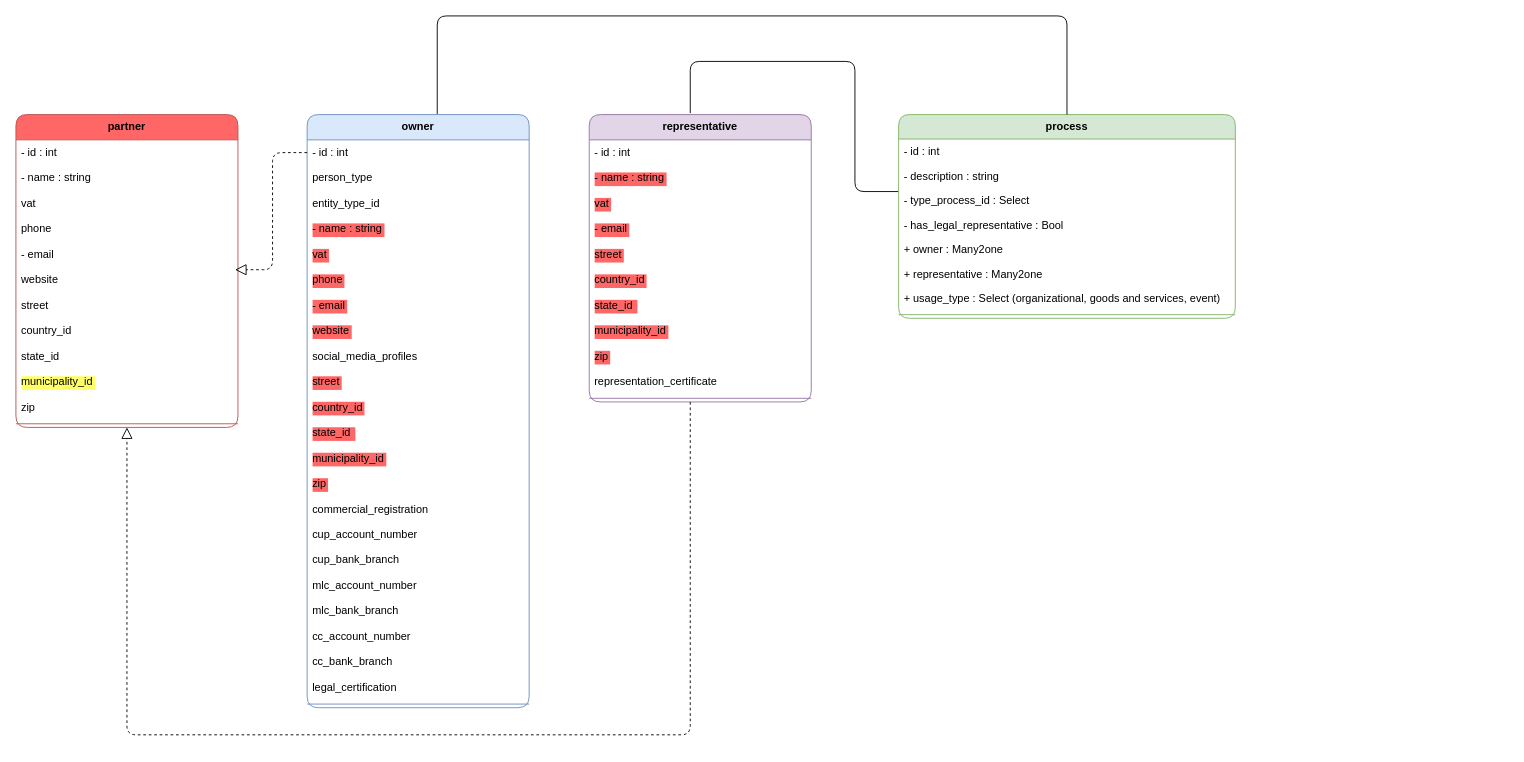
Earlier version of the draw.io diagram ICS-Desoft.drawio (dayron-peeta/website_process_ics). Source tidied: cells renumbered, new cells numbered last; positions are measured from the earlier drawing's top-left corner, leaving out a move shared by most shapes. Both pictures are drawn from the tidied source at 91%, with x=0, y=0 at pixel (15, 15).
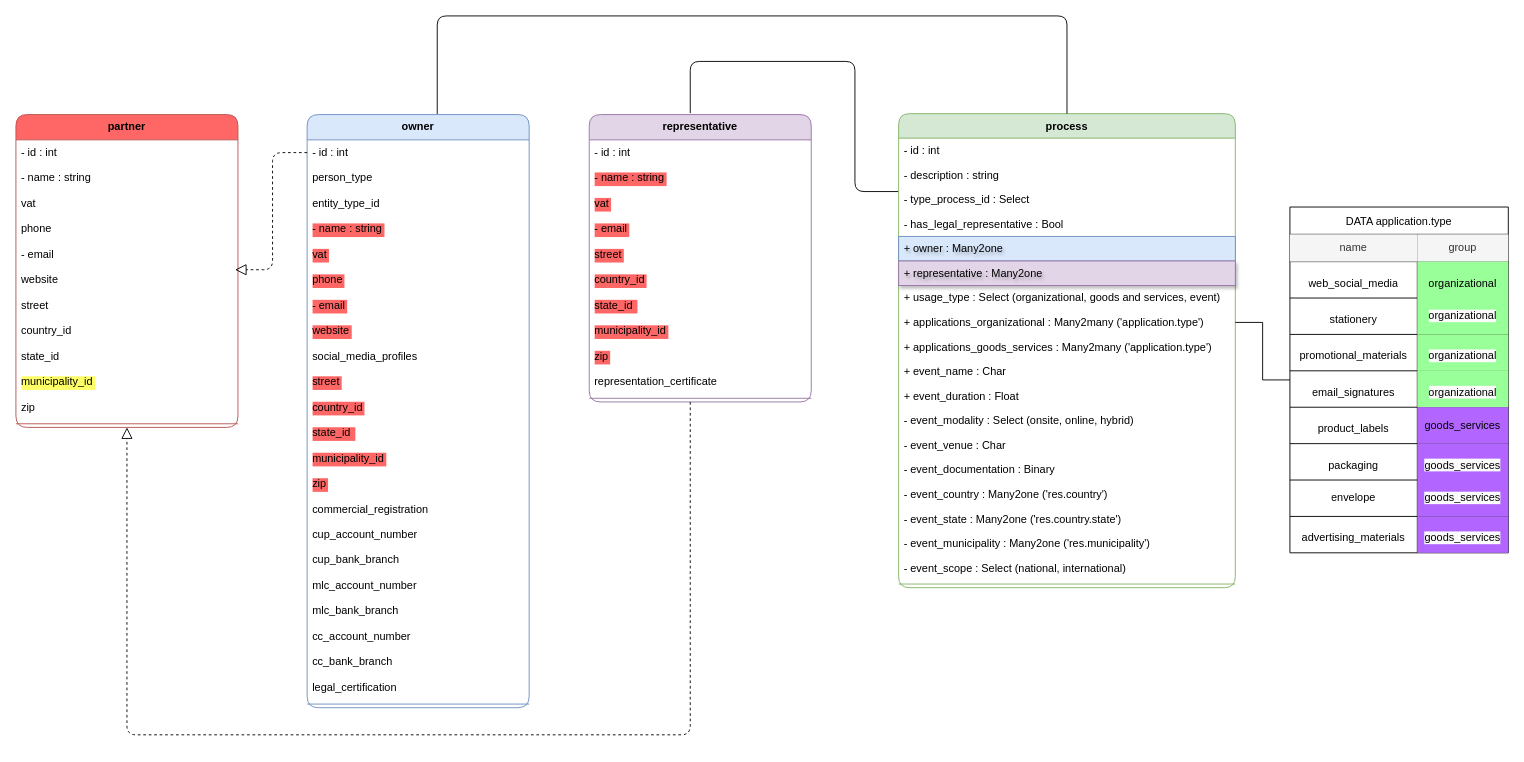
The same diagram, later.

The edit, as a diff of the source:
```diff
@@
     <mxCell id="52" value="process" style="swimlane;fontStyle=1;align=center;verticalAlign=top;horizontal=1;startSize=26.899998982747395;fillColor=#d5e8d4;strokeColor=#82b366;rounded=1;" parent="1" vertex="1">
-      <mxGeometry x="970" y="108.4" width="370" height="223.9" as="geometry" />
+      <mxGeometry x="970" y="107.4" width="370" height="520.9" as="geometry" />
     </mxCell>
@@
-    <mxCell id="57" value="+ owner : Many2one" style="text;strokeColor=none;fillColor=none;align=left;verticalAlign=top;spacingLeft=4;spacingRight=4;overflow=hidden;" parent="52" vertex="1">
+    <mxCell id="57" value="+ owner : Many2one" style="text;strokeColor=#6c8ebf;fillColor=#dae8fc;align=left;verticalAlign=top;spacingLeft=4;spacingRight=4;overflow=hidden;textShadow=1;" parent="52" vertex="1">
       <mxGeometry y="134.9" width="370" height="27" as="geometry" />
     </mxCell>
-    <mxCell id="58" value="+ representative : Many2one" style="text;strokeColor=none;fillColor=none;align=left;verticalAlign=top;spacingLeft=4;spacingRight=4;overflow=hidden;" parent="52" vertex="1">
+    <mxCell id="58" value="+ representative : Many2one" style="text;strokeColor=#9673a6;fillColor=#e1d5e7;align=left;verticalAlign=top;spacingLeft=4;spacingRight=4;overflow=hidden;glass=0;shadow=1;textShadow=1;" parent="52" vertex="1">
       <mxGeometry y="161.9" width="370" height="27" as="geometry" />
     </mxCell>
@@
+    <mxCell id="64" value="+ applications_organizational : Many2many ('application.type')" style="text;strokeColor=none;fillColor=none;align=left;verticalAlign=top;spacingLeft=4;spacingRight=4;overflow=hidden;points=[[0,0.5],[1,0.5]];portConstraint=eastwest;" parent="52" vertex="1">
+      <mxGeometry y="215.9" width="370" height="27" as="geometry" />
+    </mxCell>
+    <mxCell id="65" value="+ applications_goods_services : Many2many ('application.type')" style="text;strokeColor=none;fillColor=none;align=left;verticalAlign=top;spacingLeft=4;spacingRight=4;overflow=hidden;" parent="52" vertex="1">
+      <mxGeometry y="242.9" width="370" height="27" as="geometry" />
+    </mxCell>
+    <mxCell id="66" value="+ event_name : Char " style="text;strokeColor=none;fillColor=none;align=left;verticalAlign=top;spacingLeft=4;spacingRight=4;overflow=hidden;" parent="52" vertex="1">
+      <mxGeometry y="269.9" width="370" height="27" as="geometry" />
+    </mxCell>
+    <mxCell id="67" value="+ event_duration : Float " style="text;strokeColor=none;fillColor=none;align=left;verticalAlign=top;spacingLeft=4;spacingRight=4;overflow=hidden;" parent="52" vertex="1">
+      <mxGeometry y="296.9" width="370" height="27" as="geometry" />
+    </mxCell>
+    <mxCell id="68" value="- event_modality : Select (onsite, online, hybrid)" style="text;strokeColor=none;fillColor=none;align=left;verticalAlign=top;spacingLeft=4;spacingRight=4;overflow=hidden;" parent="52" vertex="1">
+      <mxGeometry y="323.9" width="370" height="27" as="geometry" />
+    </mxCell>
+    <mxCell id="69" value="- event_venue : Char" style="text;strokeColor=none;fillColor=none;align=left;verticalAlign=top;spacingLeft=4;spacingRight=4;overflow=hidden;" parent="52" vertex="1">
+      <mxGeometry y="350.9" width="370" height="27" as="geometry" />
+    </mxCell>
+    <mxCell id="70" value="- event_documentation : Binary" style="text;strokeColor=none;fillColor=none;align=left;verticalAlign=top;spacingLeft=4;spacingRight=4;overflow=hidden;" parent="52" vertex="1">
+      <mxGeometry y="377.9" width="370" height="27" as="geometry" />
+    </mxCell>
+    <mxCell id="71" value="- event_country : Many2one ('res.country')" style="text;strokeColor=none;fillColor=none;align=left;verticalAlign=top;spacingLeft=4;spacingRight=4;overflow=hidden;" parent="52" vertex="1">
+      <mxGeometry y="404.9" width="370" height="27" as="geometry" />
+    </mxCell>
+    <mxCell id="72" value="- event_state : Many2one ('res.country.state')" style="text;strokeColor=none;fillColor=none;align=left;verticalAlign=top;spacingLeft=4;spacingRight=4;overflow=hidden;" parent="52" vertex="1">
+      <mxGeometry y="431.9" width="370" height="27" as="geometry" />
+    </mxCell>
+    <mxCell id="73" value="- event_municipality : Many2one ('res.municipality')" style="text;strokeColor=none;fillColor=none;align=left;verticalAlign=top;spacingLeft=4;spacingRight=4;overflow=hidden;" parent="52" vertex="1">
+      <mxGeometry y="458.9" width="370" height="27" as="geometry" />
+    </mxCell>
+    <mxCell id="74" value="- event_scope : Select (national, international)" style="text;strokeColor=none;fillColor=none;align=left;verticalAlign=top;spacingLeft=4;spacingRight=4;overflow=hidden;" parent="52" vertex="1">
+      <mxGeometry y="485.9" width="370" height="27" as="geometry" />
+    </mxCell>
     <mxCell id="60" style="line;strokeWidth=1;fillColor=none;align=left;verticalAlign=middle;spacingTop=-1;spacingLeft=3;spacingRight=3;labelPosition=right;strokeColor=inherit;" parent="52" vertex="1">
-      <mxGeometry y="215.9" width="370" height="8" as="geometry" />
+      <mxGeometry y="512.9" width="370" height="8" as="geometry" />
     </mxCell>
@@
+    <mxCell id="75" style="edgeStyle=orthogonalEdgeStyle;rounded=0;jettySize=auto;html=1;fontSize=12;startSize=8;endSize=8;endArrow=none;endFill=0;" parent="1" edge="1" source="76" target="64">
+      <mxGeometry relative="1" as="geometry" />
+    </mxCell>
+    <mxCell id="76" value="DATA application.type" style="shape=table;startSize=30;childLayout=tableLayout;" parent="1" vertex="1">
+      <mxGeometry x="1400" y="210" width="240" height="380" as="geometry" />
+    </mxCell>
+    <mxCell id="77" style="shape=tableRow;horizontal=0;startSize=0;swimlaneHead=0;swimlaneBody=0;strokeColor=inherit;top=0;left=0;bottom=0;right=0;fillColor=none;" parent="76" vertex="1">
+      <mxGeometry y="30" width="240" height="30" as="geometry" />
+    </mxCell>
+    <mxCell id="78" value="name" style="shape=partialRectangle;html=1;whiteSpace=wrap;strokeColor=#666666;overflow=hidden;fillColor=#f5f5f5;top=0;left=0;bottom=0;right=0;fontColor=#333333;" parent="77" vertex="1">
+      <mxGeometry width="140" height="30" as="geometry" />
+    </mxCell>
+    <mxCell id="79" value="group" style="shape=partialRectangle;html=1;whiteSpace=wrap;strokeColor=#666666;overflow=hidden;fillColor=#f5f5f5;top=0;left=0;bottom=0;right=0;fontColor=#333333;" parent="77" vertex="1">
+      <mxGeometry x="140" width="100" height="30" as="geometry" />
+    </mxCell>
+    <mxCell id="80" style="shape=tableRow;horizontal=0;startSize=0;swimlaneHead=0;swimlaneBody=0;strokeColor=inherit;top=0;left=0;bottom=0;right=0;fillColor=none;" parent="76" vertex="1">
+      <mxGeometry y="60" width="240" height="40" as="geometry" />
+    </mxCell>
+    <mxCell id="81" value="&#10;web_social_media&#10;&#10;" style="shape=partialRectangle;html=1;whiteSpace=wrap;strokeColor=inherit;overflow=hidden;fillColor=none;top=0;left=0;bottom=0;right=0;" parent="80" vertex="1">
+      <mxGeometry width="140" height="40" as="geometry" />
+    </mxCell>
+    <mxCell id="82" value="&#10;organizational&#10;&#10;" style="shape=partialRectangle;html=1;whiteSpace=wrap;strokeColor=inherit;overflow=hidden;fillColor=#99FF99;top=0;left=0;bottom=0;right=0;" parent="80" vertex="1">
+      <mxGeometry x="140" width="100" height="40" as="geometry" />
+    </mxCell>
+    <mxCell id="83" style="shape=tableRow;horizontal=0;startSize=0;swimlaneHead=0;swimlaneBody=0;strokeColor=inherit;top=0;left=0;bottom=0;right=0;fillColor=none;" parent="76" vertex="1">
+      <mxGeometry y="100" width="240" height="40" as="geometry" />
+    </mxCell>
+    <mxCell id="84" value="&#10;stationery&#10;&#10;" style="shape=partialRectangle;html=1;whiteSpace=wrap;strokeColor=inherit;overflow=hidden;fillColor=none;top=0;left=0;bottom=0;right=0;" parent="83" vertex="1">
+      <mxGeometry width="140" height="40" as="geometry" />
+    </mxCell>
+    <mxCell id="85" value="&lt;span style=&quot;color: rgb(0, 0, 0); font-family: Helvetica; font-size: 12px; font-style: normal; font-variant-ligatures: normal; font-variant-caps: normal; font-weight: 400; letter-spacing: normal; orphans: 2; text-align: center; text-indent: 0px; text-transform: none; widows: 2; word-spacing: 0px; -webkit-text-stroke-width: 0px; white-space: normal; background-color: rgb(251, 251, 251); text-decoration-thickness: initial; text-decoration-style: initial; text-decoration-color: initial; display: inline !important; float: none;&quot;&gt;organizational&lt;/span&gt;" style="shape=partialRectangle;html=1;whiteSpace=wrap;strokeColor=inherit;overflow=hidden;fillColor=#99FF99;top=0;left=0;bottom=0;right=0;" parent="83" vertex="1">
+      <mxGeometry x="140" width="100" height="40" as="geometry" />
+    </mxCell>
+    <mxCell id="86" style="shape=tableRow;horizontal=0;startSize=0;swimlaneHead=0;swimlaneBody=0;strokeColor=inherit;top=0;left=0;bottom=0;right=0;fillColor=none;" parent="76" vertex="1">
+      <mxGeometry y="140" width="240" height="40" as="geometry" />
+    </mxCell>
+    <mxCell id="87" value="&#10;promotional_materials&#10;&#10;" style="shape=partialRectangle;html=1;whiteSpace=wrap;strokeColor=inherit;overflow=hidden;fillColor=none;top=0;left=0;bottom=0;right=0;" parent="86" vertex="1">
+      <mxGeometry width="140" height="40" as="geometry" />
+    </mxCell>
+    <mxCell id="88" value="&#10;&lt;span style=&quot;color: rgb(0, 0, 0); font-family: Helvetica; font-size: 12px; font-style: normal; font-variant-ligatures: normal; font-variant-caps: normal; font-weight: 400; letter-spacing: normal; orphans: 2; text-align: center; text-indent: 0px; text-transform: none; widows: 2; word-spacing: 0px; -webkit-text-stroke-width: 0px; white-space: normal; background-color: rgb(251, 251, 251); text-decoration-thickness: initial; text-decoration-style: initial; text-decoration-color: initial; display: inline !important; float: none;&quot;&gt;organizational&lt;/span&gt;&#10;&#10;" style="shape=partialRectangle;html=1;whiteSpace=wrap;strokeColor=inherit;overflow=hidden;fillColor=#99FF99;top=0;left=0;bottom=0;right=0;" parent="86" vertex="1">
+      <mxGeometry x="140" width="100" height="40" as="geometry" />
+    </mxCell>
+    <mxCell id="89" style="shape=tableRow;horizontal=0;startSize=0;swimlaneHead=0;swimlaneBody=0;strokeColor=inherit;top=0;left=0;bottom=0;right=0;fillColor=none;" parent="76" vertex="1">
+      <mxGeometry y="180" width="240" height="40" as="geometry" />
+    </mxCell>
+    <mxCell id="90" value="&#10;email_signatures&#10;&#10;" style="shape=partialRectangle;html=1;whiteSpace=wrap;strokeColor=inherit;overflow=hidden;fillColor=none;top=0;left=0;bottom=0;right=0;" parent="89" vertex="1">
+      <mxGeometry width="140" height="40" as="geometry" />
+    </mxCell>
+    <mxCell id="91" value="&#10;&lt;span style=&quot;color: rgb(0, 0, 0); font-family: Helvetica; font-size: 12px; font-style: normal; font-variant-ligatures: normal; font-variant-caps: normal; font-weight: 400; letter-spacing: normal; orphans: 2; text-align: center; text-indent: 0px; text-transform: none; widows: 2; word-spacing: 0px; -webkit-text-stroke-width: 0px; white-space: normal; background-color: rgb(251, 251, 251); text-decoration-thickness: initial; text-decoration-style: initial; text-decoration-color: initial; display: inline !important; float: none;&quot;&gt;organizational&lt;/span&gt;&#10;&#10;" style="shape=partialRectangle;html=1;whiteSpace=wrap;strokeColor=inherit;overflow=hidden;fillColor=#99FF99;top=0;left=0;bottom=0;right=0;" parent="89" vertex="1">
+      <mxGeometry x="140" width="100" height="40" as="geometry" />
+    </mxCell>
+    <mxCell id="92" style="shape=tableRow;horizontal=0;startSize=0;swimlaneHead=0;swimlaneBody=0;strokeColor=inherit;top=0;left=0;bottom=0;right=0;fillColor=none;" parent="76" vertex="1">
+      <mxGeometry y="220" width="240" height="40" as="geometry" />
+    </mxCell>
+    <mxCell id="93" value="&#10;product_labels&#10;&#10;" style="shape=partialRectangle;html=1;whiteSpace=wrap;strokeColor=inherit;overflow=hidden;fillColor=none;top=0;left=0;bottom=0;right=0;" parent="92" vertex="1">
+      <mxGeometry width="140" height="40" as="geometry" />
+    </mxCell>
+    <mxCell id="94" value="goods_services" style="shape=partialRectangle;html=1;whiteSpace=wrap;strokeColor=inherit;overflow=hidden;fillColor=#B266FF;top=0;left=0;bottom=0;right=0;" parent="92" vertex="1">
+      <mxGeometry x="140" width="100" height="40" as="geometry" />
+    </mxCell>
+    <mxCell id="95" style="shape=tableRow;horizontal=0;startSize=0;swimlaneHead=0;swimlaneBody=0;strokeColor=inherit;top=0;left=0;bottom=0;right=0;fillColor=none;" parent="76" vertex="1">
+      <mxGeometry y="260" width="240" height="40" as="geometry" />
+    </mxCell>
+    <mxCell id="96" value="&#10;packaging&#10;&#10;" style="shape=partialRectangle;html=1;whiteSpace=wrap;strokeColor=inherit;overflow=hidden;fillColor=none;top=0;left=0;bottom=0;right=0;" parent="95" vertex="1">
+      <mxGeometry width="140" height="40" as="geometry" />
+    </mxCell>
+    <mxCell id="97" value="&#10;&lt;span style=&quot;color: rgb(0, 0, 0); font-family: Helvetica; font-size: 12px; font-style: normal; font-variant-ligatures: normal; font-variant-caps: normal; font-weight: 400; letter-spacing: normal; orphans: 2; text-align: center; text-indent: 0px; text-transform: none; widows: 2; word-spacing: 0px; -webkit-text-stroke-width: 0px; white-space: normal; background-color: rgb(251, 251, 251); text-decoration-thickness: initial; text-decoration-style: initial; text-decoration-color: initial; display: inline !important; float: none;&quot;&gt;goods_services&lt;/span&gt;&#10;&#10;" style="shape=partialRectangle;html=1;whiteSpace=wrap;strokeColor=inherit;overflow=hidden;fillColor=#B266FF;top=0;left=0;bottom=0;right=0;" parent="95" vertex="1">
+      <mxGeometry x="140" width="100" height="40" as="geometry" />
+    </mxCell>
+    <mxCell id="98" style="shape=tableRow;horizontal=0;startSize=0;swimlaneHead=0;swimlaneBody=0;strokeColor=inherit;top=0;left=0;bottom=0;right=0;fillColor=none;" parent="76" vertex="1">
+      <mxGeometry y="300" width="240" height="40" as="geometry" />
+    </mxCell>
+    <mxCell id="99" value="envelope" style="shape=partialRectangle;html=1;whiteSpace=wrap;strokeColor=inherit;overflow=hidden;fillColor=none;top=0;left=0;bottom=0;right=0;" parent="98" vertex="1">
+      <mxGeometry width="140" height="40" as="geometry" />
+    </mxCell>
+    <mxCell id="100" value="&lt;span style=&quot;forced-color-adjust: none; color: rgb(0, 0, 0); font-family: Helvetica; font-size: 12px; font-style: normal; font-variant-ligatures: normal; font-variant-caps: normal; font-weight: 400; letter-spacing: normal; orphans: 2; text-align: center; text-indent: 0px; text-transform: none; widows: 2; word-spacing: 0px; -webkit-text-stroke-width: 0px; white-space: normal; text-decoration-thickness: initial; text-decoration-style: initial; text-decoration-color: initial; background-color: rgb(251, 251, 251); float: none; display: inline !important;&quot;&gt;goods_services&lt;/span&gt;" style="shape=partialRectangle;html=1;whiteSpace=wrap;strokeColor=inherit;overflow=hidden;fillColor=#B266FF;top=0;left=0;bottom=0;right=0;" parent="98" vertex="1">
+      <mxGeometry x="140" width="100" height="40" as="geometry" />
+    </mxCell>
+    <mxCell id="101" style="shape=tableRow;horizontal=0;startSize=0;swimlaneHead=0;swimlaneBody=0;strokeColor=inherit;top=0;left=0;bottom=0;right=0;fillColor=none;" parent="76" vertex="1">
+      <mxGeometry y="340" width="240" height="40" as="geometry" />
+    </mxCell>
+    <mxCell id="102" value="&#10;advertising_materials&#10;&#10;" style="shape=partialRectangle;html=1;whiteSpace=wrap;strokeColor=inherit;overflow=hidden;fillColor=none;top=0;left=0;bottom=0;right=0;" parent="101" vertex="1">
+      <mxGeometry width="140" height="40" as="geometry" />
+    </mxCell>
+    <mxCell id="103" value="&#10;&lt;span style=&quot;color: rgb(0, 0, 0); font-family: Helvetica; font-size: 12px; font-style: normal; font-variant-ligatures: normal; font-variant-caps: normal; font-weight: 400; letter-spacing: normal; orphans: 2; text-align: center; text-indent: 0px; text-transform: none; widows: 2; word-spacing: 0px; -webkit-text-stroke-width: 0px; white-space: normal; background-color: rgb(251, 251, 251); text-decoration-thickness: initial; text-decoration-style: initial; text-decoration-color: initial; display: inline !important; float: none;&quot;&gt;goods_services&lt;/span&gt;&#10;&#10;" style="shape=partialRectangle;html=1;whiteSpace=wrap;strokeColor=inherit;overflow=hidden;fillColor=#B266FF;top=0;left=0;bottom=0;right=0;" parent="101" vertex="1">
+      <mxGeometry x="140" width="100" height="40" as="geometry" />
+    </mxCell>
```
